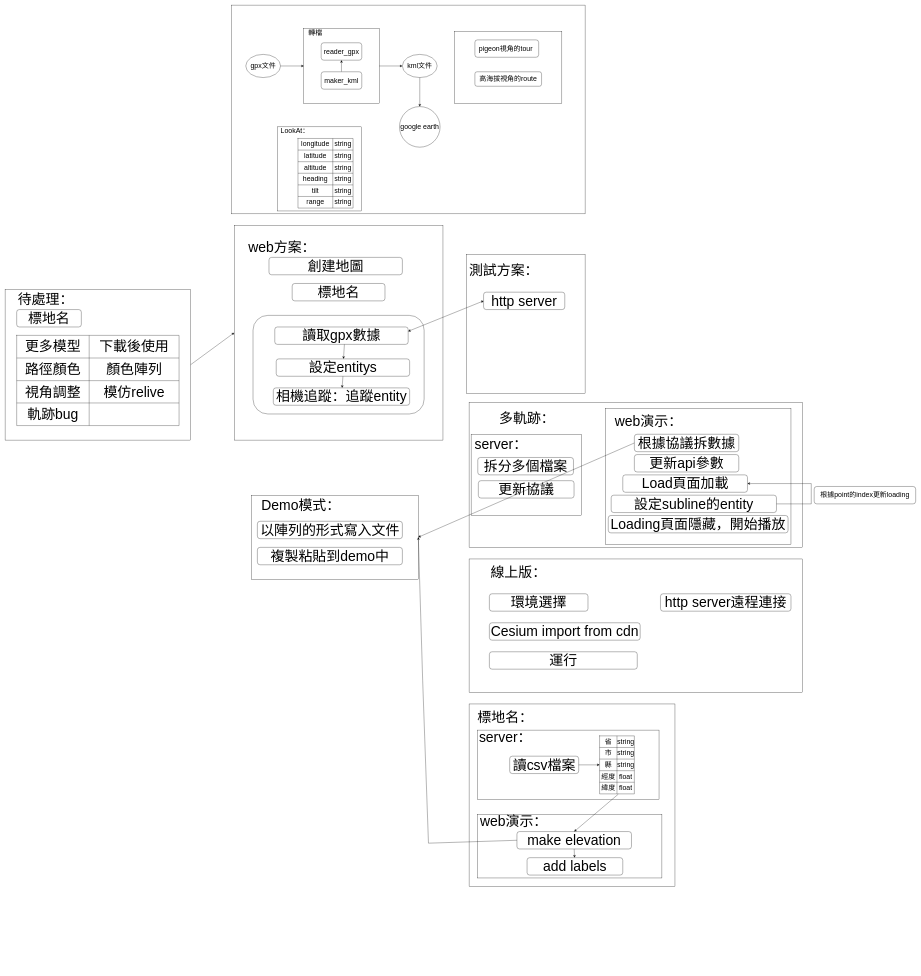
The draw.io diagram 3d展示.drawio in pengzhen80/PigeonRace, before the edit. Source tidied: cells renumbered, new cells numbered last; positions are measured from the earlier drawing's top-left corner, leaving out a move shared by most shapes. Both pictures are drawn from the tidied source at 29%, with x=0, y=0 at pixel (5, 5).
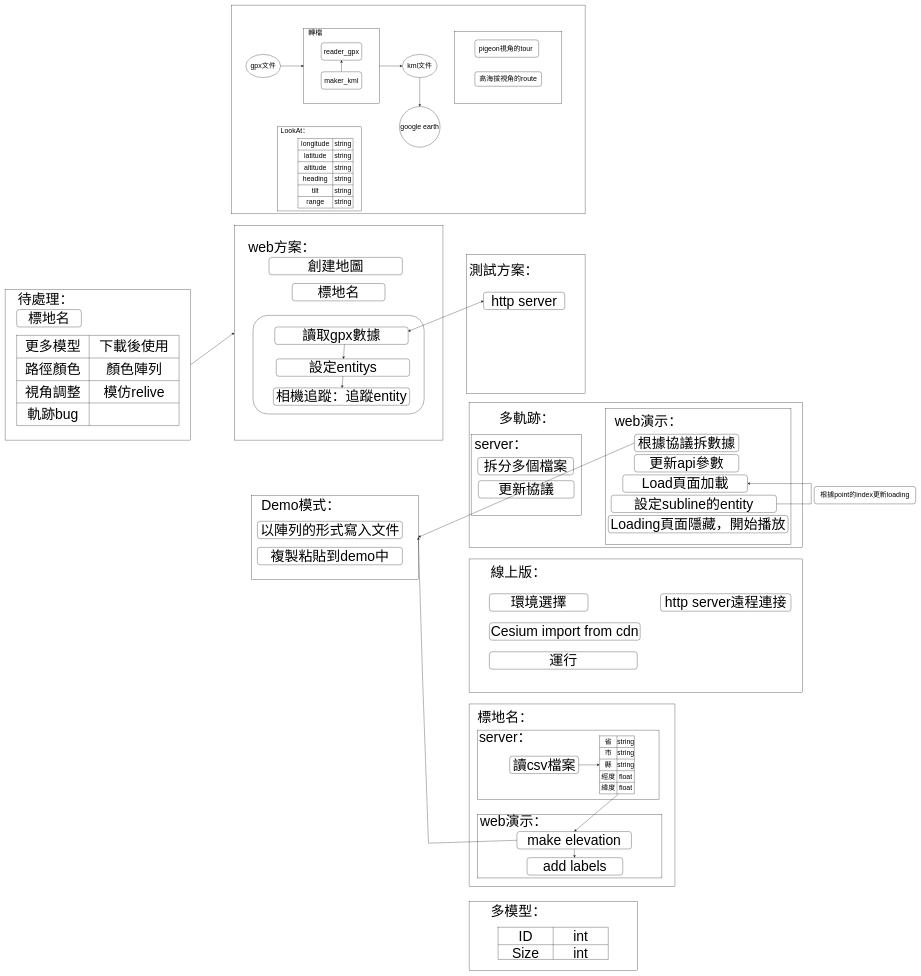
After the change.

Commit message:
Update multi model data structure.drawio

What changed in the source:
```diff
@@
+    <mxCell id="124" style="rounded=0;whiteSpace=wrap;html=1;" parent="1" vertex="1">
+      <mxGeometry x="1600" y="3090" width="580" height="240" as="geometry" />
+    </mxCell>
+    <mxCell id="125" value="&lt;font style=&quot;font-size: 48px&quot;&gt;多模型：&lt;/font&gt;" style="text;html=1;strokeColor=none;fillColor=none;align=center;verticalAlign=middle;whiteSpace=wrap;rounded=0;" parent="1" vertex="1">
+      <mxGeometry x="1620" y="3110" width="300" height="30" as="geometry" />
+    </mxCell>
+    <mxCell id="126" style="shape=table;startSize=0;childLayout=tableLayout;fontSize=48;" parent="1" vertex="1">
+      <mxGeometry x="1700" y="3180" width="380" height="111" as="geometry" />
+    </mxCell>
+    <mxCell id="127" style="shape=tableRow;horizontal=0;startSize=0;swimlaneHead=0;swimlaneBody=0;top=0;left=0;bottom=0;right=0;fillColor=none;fontSize=48;" parent="126" vertex="1">
+      <mxGeometry width="380" height="60" as="geometry" />
+    </mxCell>
+    <mxCell id="128" value="ID" style="shape=partialRectangle;html=1;whiteSpace=wrap;overflow=hidden;fillColor=none;top=0;left=0;bottom=0;right=0;fontSize=48;" parent="127" vertex="1">
+      <mxGeometry width="190" height="60" as="geometry" />
+    </mxCell>
+    <mxCell id="129" value="int" style="shape=partialRectangle;html=1;whiteSpace=wrap;overflow=hidden;fillColor=none;top=0;left=0;bottom=0;right=0;fontSize=48;" parent="127" vertex="1">
+      <mxGeometry x="190" width="190" height="60" as="geometry" />
+    </mxCell>
+    <mxCell id="130" style="shape=tableRow;horizontal=0;startSize=0;swimlaneHead=0;swimlaneBody=0;top=0;left=0;bottom=0;right=0;fillColor=none;fontSize=48;" parent="126" vertex="1">
+      <mxGeometry y="60" width="380" height="51" as="geometry" />
+    </mxCell>
+    <mxCell id="131" value="Size" style="shape=partialRectangle;html=1;whiteSpace=wrap;overflow=hidden;fillColor=none;top=0;left=0;bottom=0;right=0;fontSize=48;" parent="130" vertex="1">
+      <mxGeometry width="190" height="51" as="geometry" />
+    </mxCell>
+    <mxCell id="132" value="int" style="shape=partialRectangle;html=1;whiteSpace=wrap;overflow=hidden;fillColor=none;top=0;left=0;bottom=0;right=0;fontSize=48;" parent="130" vertex="1">
+      <mxGeometry x="190" width="190" height="51" as="geometry" />
+    </mxCell>
```
